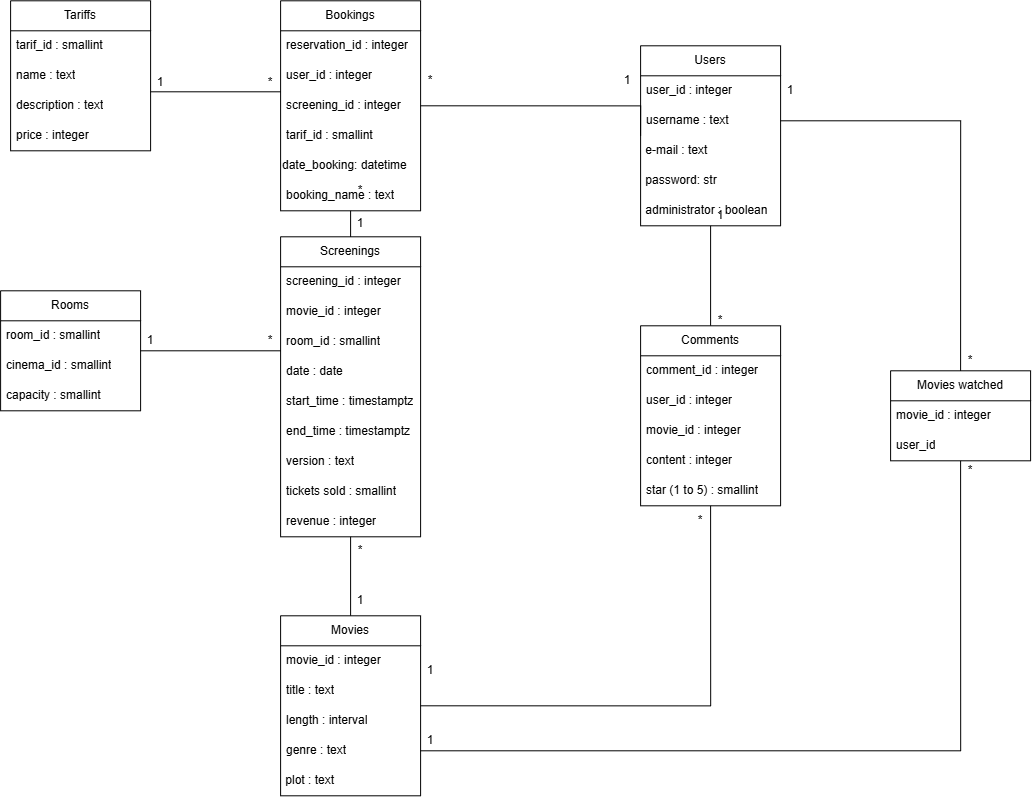
The draw.io diagram doc/assessment/data_model.png in nolannb35/ENSAI-2A-projet-info-team6, before a commit. Source tidied: cells renumbered, new cells last; positions are measured from the earlier drawing's top-left corner, leaving out a move shared by most shapes.
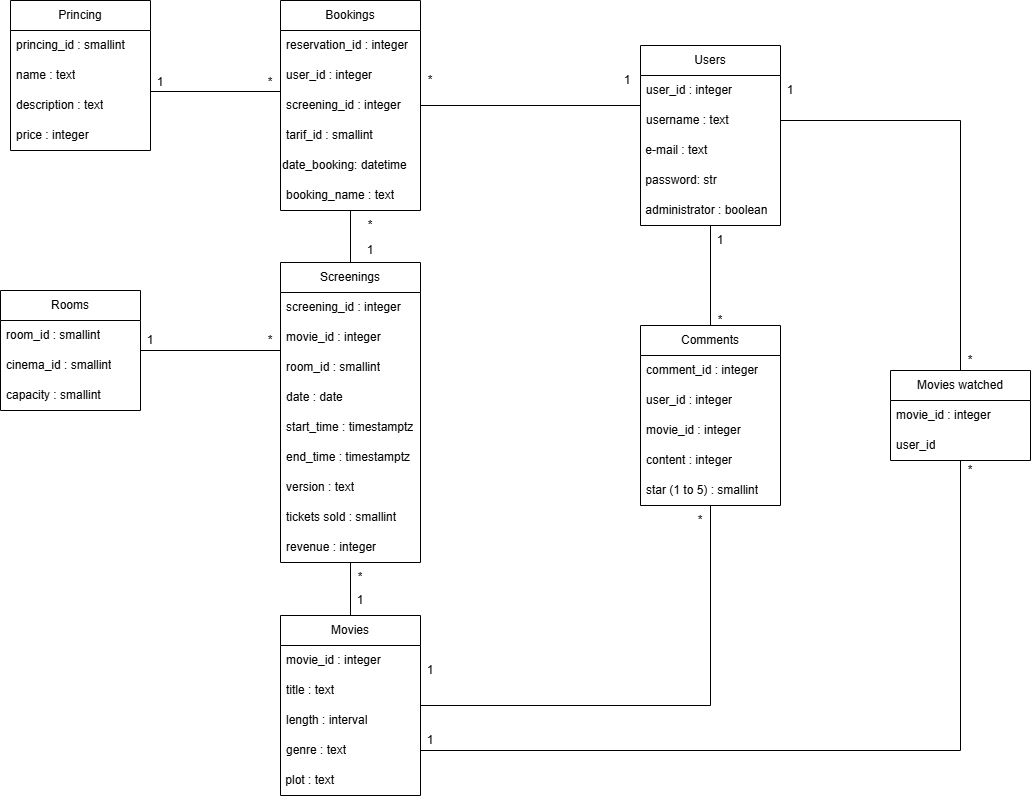
The same file after the commit.

Diff of the diagram source:
```diff
@@ -6,7 +6,7 @@
       <mxGeometry relative="1" as="geometry" />
     </mxCell>
     <mxCell id="3" value="Screenings" style="swimlane;fontStyle=0;horizontal=1;startSize=30;whiteSpace=wrap;html=1;" parent="1" vertex="1">
-      <mxGeometry x="280" y="236" width="140" height="300" as="geometry" />
+      <mxGeometry x="280" y="262" width="140" height="300" as="geometry" />
     </mxCell>
     <mxCell id="4" value="screening_id : integer" style="text;strokeColor=none;fillColor=none;align=left;verticalAlign=middle;spacingLeft=4;spacingRight=4;overflow=hidden;whiteSpace=wrap;html=1;" parent="3" vertex="1">
       <mxGeometry y="30" width="140" height="30" as="geometry" />
@@ -143,10 +143,10 @@
       <mxGeometry x="240" y="325" width="60" height="30" as="geometry" />
     </mxCell>
     <mxCell id="48" value="1" style="text;html=1;whiteSpace=wrap;strokeColor=none;fillColor=none;align=center;verticalAlign=middle;rounded=0;" parent="1" vertex="1">
-      <mxGeometry x="330" y="208" width="60" height="30" as="geometry" />
+      <mxGeometry x="340" y="235" width="60" height="30" as="geometry" />
     </mxCell>
     <mxCell id="49" value="*" style="text;html=1;whiteSpace=wrap;strokeColor=none;fillColor=none;align=center;verticalAlign=middle;rounded=0;" parent="1" vertex="1">
-      <mxGeometry x="330" y="535" width="60" height="30" as="geometry" />
+      <mxGeometry x="330" y="562" width="60" height="30" as="geometry" />
     </mxCell>
     <mxCell id="50" value="1" style="text;html=1;whiteSpace=wrap;strokeColor=none;fillColor=none;align=center;verticalAlign=middle;rounded=0;" parent="1" vertex="1">
       <mxGeometry x="597" y="65" width="60" height="30" as="geometry" />
@@ -158,7 +158,7 @@
       <mxGeometry x="690" y="305" width="60" height="30" as="geometry" />
     </mxCell>
     <mxCell id="53" value="1" style="text;html=1;whiteSpace=wrap;strokeColor=none;fillColor=none;align=center;verticalAlign=middle;rounded=0;" parent="1" vertex="1">
-      <mxGeometry x="690" y="200" width="60" height="30" as="geometry" />
+      <mxGeometry x="690" y="225" width="60" height="30" as="geometry" />
     </mxCell>
     <mxCell id="54" value="1" style="text;html=1;whiteSpace=wrap;strokeColor=none;fillColor=none;align=center;verticalAlign=middle;rounded=0;" parent="1" vertex="1">
       <mxGeometry x="330" y="585" width="60" height="30" as="geometry" />
@@ -167,7 +167,7 @@
       <mxGeometry x="120" y="325" width="60" height="30" as="geometry" />
     </mxCell>
     <mxCell id="56" value="*" style="text;html=1;whiteSpace=wrap;strokeColor=none;fillColor=none;align=center;verticalAlign=middle;rounded=0;" parent="1" vertex="1">
-      <mxGeometry x="330" y="175" width="60" height="30" as="geometry" />
+      <mxGeometry x="340" y="210" width="60" height="30" as="geometry" />
     </mxCell>
     <mxCell id="57" value="1" style="text;html=1;whiteSpace=wrap;strokeColor=none;fillColor=none;align=center;verticalAlign=middle;rounded=0;" parent="1" vertex="1">
       <mxGeometry x="400" y="655" width="60" height="30" as="geometry" />
@@ -175,10 +175,10 @@
     <mxCell id="58" value="*" style="text;html=1;whiteSpace=wrap;strokeColor=none;fillColor=none;align=center;verticalAlign=middle;rounded=0;" parent="1" vertex="1">
       <mxGeometry x="670" y="505" width="60" height="30" as="geometry" />
     </mxCell>
-    <mxCell id="59" value="Tariffs" style="swimlane;fontStyle=0;horizontal=1;startSize=30;whiteSpace=wrap;html=1;" parent="1" vertex="1">
+    <mxCell id="59" value="Princing" style="swimlane;fontStyle=0;horizontal=1;startSize=30;whiteSpace=wrap;html=1;" parent="1" vertex="1">
       <mxGeometry x="10" width="140" height="150" as="geometry" />
     </mxCell>
-    <mxCell id="60" value="tarif_id : smallint" style="text;strokeColor=none;fillColor=none;align=left;verticalAlign=middle;spacingLeft=4;spacingRight=4;overflow=hidden;whiteSpace=wrap;html=1;" parent="59" vertex="1">
+    <mxCell id="60" value="princing_id : smallint" style="text;strokeColor=none;fillColor=none;align=left;verticalAlign=middle;spacingLeft=4;spacingRight=4;overflow=hidden;whiteSpace=wrap;html=1;" parent="59" vertex="1">
       <mxGeometry y="30" width="140" height="30" as="geometry" />
     </mxCell>
     <mxCell id="61" value="name : text" style="text;strokeColor=none;fillColor=none;align=left;verticalAlign=middle;spacingLeft=4;spacingRight=4;overflow=hidden;whiteSpace=wrap;html=1;" parent="59" vertex="1">
```
